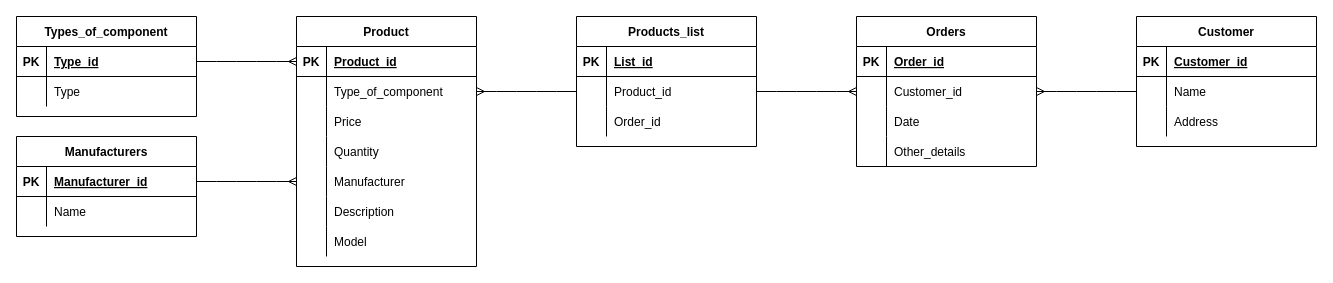
Above: DNS.drawio in OleksijShtoltz/Labs_DataBase (draw.io), before the change. Source tidied: cells renumbered, new cells numbered last; positions are measured from the earlier drawing's top-left corner, leaving out a move shared by most shapes. Both pictures are drawn from the tidied source at 100%, with x=0, y=0 at pixel (16, 16).
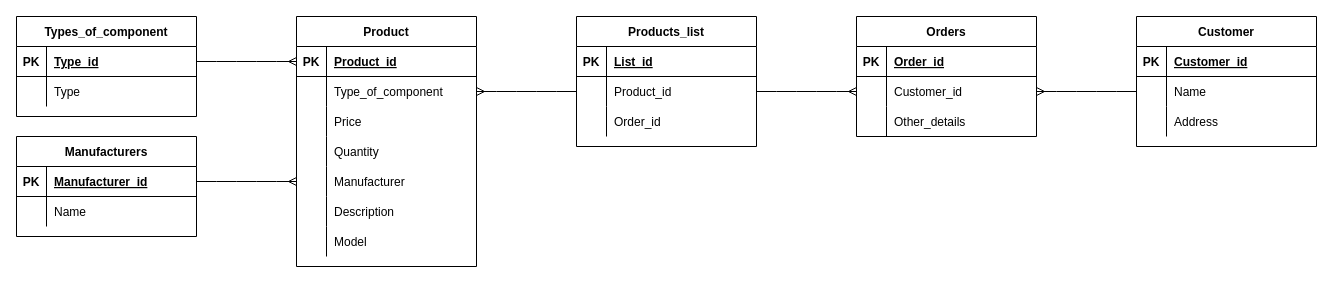
The same diagram, later.

Diff of the diagram source:
```diff
@@
     <mxCell id="42" value="Orders" style="shape=table;startSize=30;childLayout=tableLayout;rowLines=0;fontStyle=1;align=center;" parent="1" vertex="1">
-      <mxGeometry x="840" width="180" height="150" as="geometry" />
+      <mxGeometry x="840" width="180" height="120" as="geometry" />
     </mxCell>
@@
-    <mxCell id="49" style="shape=partialRectangle;fillColor=none;top=0;left=0;bottom=0;right=0;" parent="42" vertex="1">
-      <mxGeometry y="90" width="180" height="30" as="geometry" />
-    </mxCell>
-    <mxCell id="50" style="shape=partialRectangle;fillColor=none;top=0;left=0;bottom=0;right=0;overflow=hidden;" parent="49" vertex="1">
-      <mxGeometry width="30" height="30" as="geometry" />
-    </mxCell>
-    <mxCell id="51" value="Date" style="shape=partialRectangle;fillColor=none;top=0;left=0;bottom=0;right=0;align=left;spacingLeft=6;overflow=hidden;" parent="49" vertex="1">
-      <mxGeometry x="30" width="150" height="30" as="geometry" />
-    </mxCell>
     <mxCell id="52" style="shape=partialRectangle;fillColor=none;top=0;left=0;bottom=0;right=0;" parent="42" vertex="1">
-      <mxGeometry y="120" width="180" height="30" as="geometry" />
+      <mxGeometry y="90" width="180" height="30" as="geometry" />
     </mxCell>
```
